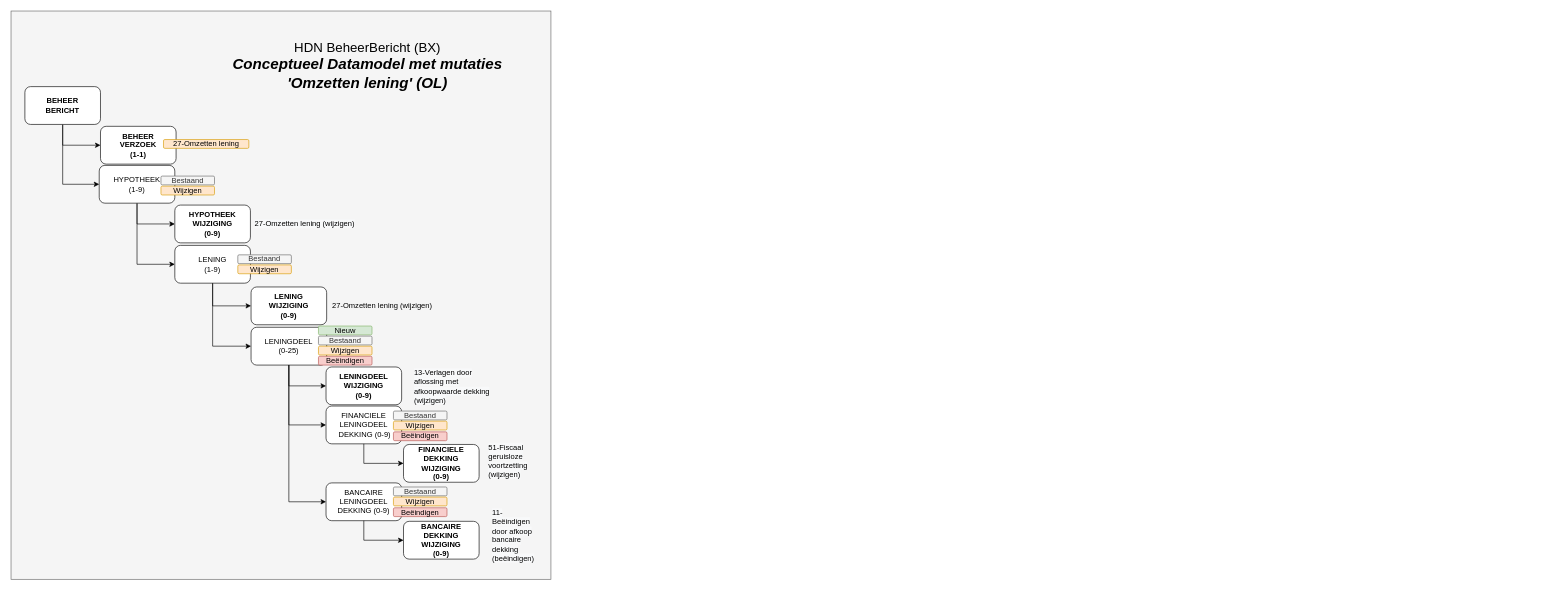
Above: page "Datamodel OL met mutaties" (2 of 8) of HDN_BX_MM_OmzettenLening.drawio in luchthandel/diagrams (draw.io), before the change. Source tidied: cells renumbered, new cells numbered last; positions are measured from the earlier drawing's top-left corner, leaving out a move shared by most shapes. Both pictures are drawn from the tidied source at 63%, with x=0, y=0 at pixel (11, 11).
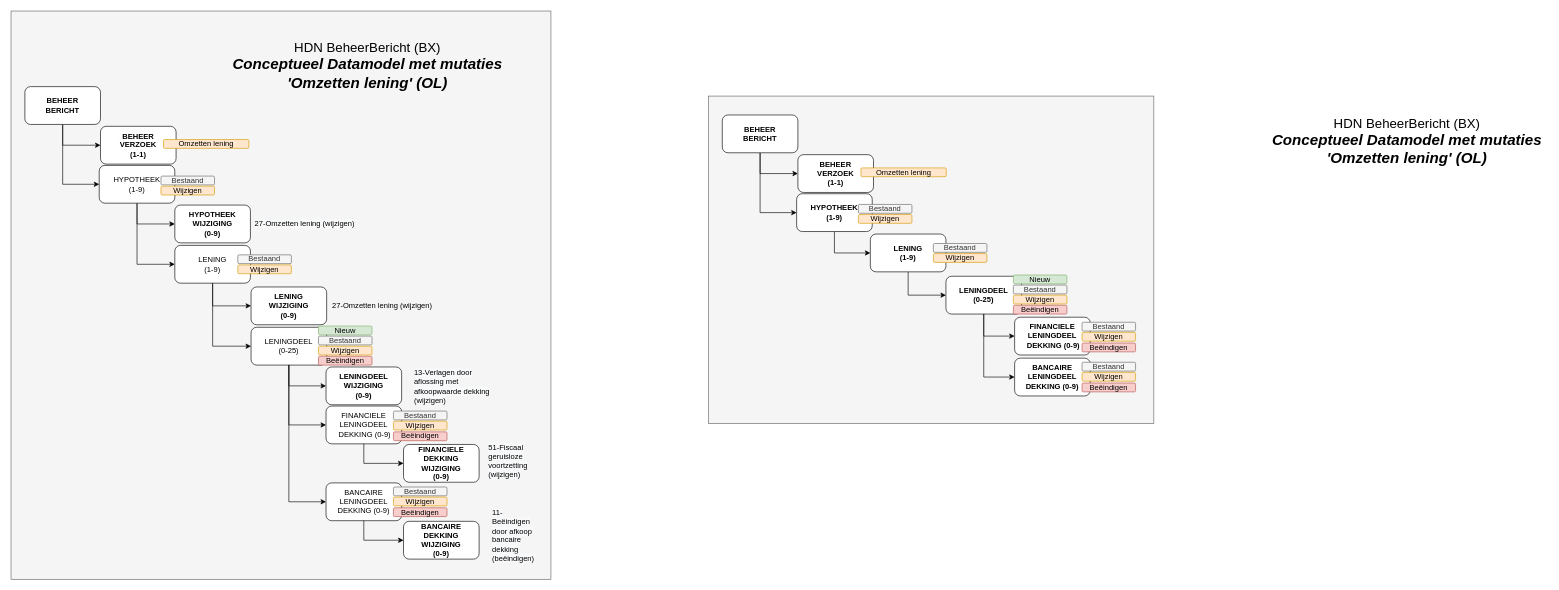
The same page after the edit.

The edit, as a diff of the source:
```diff
@@
-    <mxCell id="16" value="&lt;span style=&quot;font-weight: 400&quot;&gt;27-Omzetten lening&lt;/span&gt;" style="rounded=1;whiteSpace=wrap;html=1;fontStyle=1;fillColor=#ffe6cc;strokeColor=#d79b00;" parent="1" vertex="1">
+    <mxCell id="16" value="&lt;span style=&quot;font-weight: 400&quot;&gt;Omzetten lening&lt;/span&gt;" style="rounded=1;whiteSpace=wrap;html=1;fontStyle=1;fillColor=#ffe6cc;strokeColor=#d79b00;" parent="1" vertex="1">
       <mxGeometry x="242" y="204" width="135.5" height="14" as="geometry" />
     </mxCell>
@@
+    <mxCell id="51" style="rounded=0;whiteSpace=wrap;html=1;fillColor=#f5f5f5;strokeColor=#666666;fontColor=#333333;labelBackgroundColor=none;" parent="1" vertex="1">
+      <mxGeometry x="1107" y="135" width="707" height="520" as="geometry" />
+    </mxCell>
+    <mxCell id="52" style="edgeStyle=orthogonalEdgeStyle;rounded=0;jettySize=auto;html=1;exitX=0.5;exitY=1;exitDx=0;exitDy=0;entryX=0;entryY=0.5;entryDx=0;entryDy=0;" parent="1" edge="1" source="78" target="73">
+      <mxGeometry relative="1" as="geometry" />
+    </mxCell>
+    <mxCell id="53" style="edgeStyle=orthogonalEdgeStyle;rounded=0;jettySize=auto;html=1;exitX=0.5;exitY=1;exitDx=0;exitDy=0;entryX=0;entryY=0.5;entryDx=0;entryDy=0;" parent="1" edge="1" source="73" target="69">
+      <mxGeometry relative="1" as="geometry" />
+    </mxCell>
+    <mxCell id="54" style="edgeStyle=orthogonalEdgeStyle;rounded=0;jettySize=auto;html=1;exitX=0.5;exitY=1;exitDx=0;exitDy=0;entryX=0;entryY=0.5;entryDx=0;entryDy=0;" parent="1" edge="1" source="73" target="65">
+      <mxGeometry relative="1" as="geometry" />
+    </mxCell>
+    <mxCell id="55" style="edgeStyle=orthogonalEdgeStyle;rounded=0;jettySize=auto;html=1;exitX=0.5;exitY=1;exitDx=0;exitDy=0;entryX=0;entryY=0.5;entryDx=0;entryDy=0;" parent="1" edge="1" source="57" target="58">
+      <mxGeometry relative="1" as="geometry" />
+    </mxCell>
+    <mxCell id="56" style="edgeStyle=orthogonalEdgeStyle;rounded=0;jettySize=auto;html=1;exitX=0.5;exitY=1;exitDx=0;exitDy=0;entryX=0;entryY=0.5;entryDx=0;entryDy=0;" parent="1" edge="1" source="57" target="60">
+      <mxGeometry relative="1" as="geometry" />
+    </mxCell>
+    <mxCell id="57" value="BEHEER&lt;br&gt;BERICHT" style="rounded=1;whiteSpace=wrap;html=1;fontStyle=1;" parent="1" vertex="1">
+      <mxGeometry x="1129" y="165" width="120" height="60" as="geometry" />
+    </mxCell>
+    <mxCell id="58" value="BEHEER&lt;br&gt;VERZOEK&lt;br&gt;(1-1)" style="rounded=1;whiteSpace=wrap;html=1;fontStyle=1;" parent="1" vertex="1">
+      <mxGeometry x="1249" y="228" width="120" height="60" as="geometry" />
+    </mxCell>
+    <mxCell id="59" style="edgeStyle=orthogonalEdgeStyle;rounded=0;jettySize=auto;html=1;exitX=0.5;exitY=1;exitDx=0;exitDy=0;entryX=0;entryY=0.5;entryDx=0;entryDy=0;" parent="1" edge="1" source="60" target="78">
+      <mxGeometry relative="1" as="geometry" />
+    </mxCell>
+    <mxCell id="60" value="&lt;span style=&quot;&quot;&gt;HYPOTHEEK&lt;br&gt;(1-9)&lt;/span&gt;" style="rounded=1;whiteSpace=wrap;html=1;fontStyle=1;" parent="1" vertex="1">
+      <mxGeometry x="1247" y="290" width="120" height="60" as="geometry" />
+    </mxCell>
+    <mxCell id="61" value="&lt;font style=&quot;font-size: 21px&quot;&gt;HDN BeheerBericht (BX)&lt;br&gt;&lt;/font&gt;&lt;span style=&quot;font-size: 24px&quot;&gt;&lt;b&gt;&lt;i&gt;Conceptueel Datamodel met mutaties&lt;br&gt;'Omzetten lening' (OL)&lt;/i&gt;&lt;/b&gt;&lt;/span&gt;" style="text;html=1;strokeColor=none;fillColor=none;align=center;verticalAlign=middle;whiteSpace=wrap;rounded=0;" parent="1" vertex="1">
+      <mxGeometry x="1993" y="160" width="446" height="93" as="geometry" />
+    </mxCell>
+    <mxCell id="62" value="&lt;span style=&quot;font-weight: 400&quot;&gt;Bestaand&lt;/span&gt;" style="rounded=1;whiteSpace=wrap;html=1;fontStyle=1;fillColor=#f5f5f5;strokeColor=#666666;fontColor=#333333;" parent="1" vertex="1">
+      <mxGeometry x="1345" y="307" width="85" height="14" as="geometry" />
+    </mxCell>
+    <mxCell id="63" value="&lt;span style=&quot;font-weight: 400&quot;&gt;Wijzigen&lt;/span&gt;" style="rounded=1;whiteSpace=wrap;html=1;fontStyle=1;fillColor=#ffe6cc;strokeColor=#d79b00;" parent="1" vertex="1">
+      <mxGeometry x="1345" y="323" width="85" height="14" as="geometry" />
+    </mxCell>
+    <mxCell id="64" value="&lt;span style=&quot;font-weight: 400&quot;&gt;Omzetten lening&lt;/span&gt;" style="rounded=1;whiteSpace=wrap;html=1;fontStyle=1;fillColor=#ffe6cc;strokeColor=#d79b00;" parent="1" vertex="1">
+      <mxGeometry x="1349" y="249" width="135.5" height="14" as="geometry" />
+    </mxCell>
+    <mxCell id="65" value="&lt;span style=&quot;&quot;&gt;BANCAIRE&lt;br&gt;LENINGDEEL DEKKING (0-9)&lt;/span&gt;" style="rounded=1;whiteSpace=wrap;html=1;fontStyle=1;" parent="1" vertex="1">
+      <mxGeometry x="1593" y="551" width="120" height="60" as="geometry" />
+    </mxCell>
+    <mxCell id="66" value="&lt;span style=&quot;font-weight: 400&quot;&gt;Beëindigen&lt;/span&gt;" style="rounded=1;whiteSpace=wrap;html=1;fontStyle=1;fillColor=#f8cecc;strokeColor=#b85450;" parent="1" vertex="1">
+      <mxGeometry x="1700" y="590.5" width="85" height="14" as="geometry" />
+    </mxCell>
+    <mxCell id="67" value="&lt;span style=&quot;font-weight: 400&quot;&gt;Bestaand&lt;/span&gt;" style="rounded=1;whiteSpace=wrap;html=1;fontStyle=1;fillColor=#f5f5f5;strokeColor=#666666;fontColor=#333333;" parent="1" vertex="1">
+      <mxGeometry x="1700" y="557.5" width="85" height="14" as="geometry" />
+    </mxCell>
+    <mxCell id="68" value="&lt;span style=&quot;font-weight: 400&quot;&gt;Wijzigen&lt;/span&gt;" style="rounded=1;whiteSpace=wrap;html=1;fontStyle=1;fillColor=#ffe6cc;strokeColor=#d79b00;" parent="1" vertex="1">
+      <mxGeometry x="1700" y="573.5" width="85" height="14" as="geometry" />
+    </mxCell>
+    <mxCell id="69" value="&lt;span style=&quot;&quot;&gt;FINANCIELE&lt;br&gt;LENINGDEEL&lt;br&gt;&amp;nbsp;DEKKING (0-9)&lt;/span&gt;" style="rounded=1;whiteSpace=wrap;html=1;fontStyle=1;" parent="1" vertex="1">
+      <mxGeometry x="1593" y="486" width="120" height="60" as="geometry" />
+    </mxCell>
+    <mxCell id="70" value="&lt;span style=&quot;font-weight: 400&quot;&gt;Beëindigen&lt;/span&gt;" style="rounded=1;whiteSpace=wrap;html=1;fontStyle=1;fillColor=#f8cecc;strokeColor=#b85450;" parent="1" vertex="1">
+      <mxGeometry x="1700" y="527" width="85" height="14" as="geometry" />
+    </mxCell>
+    <mxCell id="71" value="&lt;span style=&quot;font-weight: 400&quot;&gt;Bestaand&lt;/span&gt;" style="rounded=1;whiteSpace=wrap;html=1;fontStyle=1;fillColor=#f5f5f5;strokeColor=#666666;fontColor=#333333;" parent="1" vertex="1">
+      <mxGeometry x="1700" y="494" width="85" height="14" as="geometry" />
+    </mxCell>
+    <mxCell id="72" value="&lt;span style=&quot;font-weight: 400&quot;&gt;Wijzigen&lt;/span&gt;" style="rounded=1;whiteSpace=wrap;html=1;fontStyle=1;fillColor=#ffe6cc;strokeColor=#d79b00;" parent="1" vertex="1">
+      <mxGeometry x="1700" y="510" width="85" height="14" as="geometry" />
+    </mxCell>
+    <mxCell id="73" value="&lt;span style=&quot;&quot;&gt;LENINGDEEL&lt;br&gt;(0-25)&lt;/span&gt;" style="rounded=1;whiteSpace=wrap;html=1;fontStyle=1;" parent="1" vertex="1">
+      <mxGeometry x="1484" y="421" width="120" height="60" as="geometry" />
+    </mxCell>
+    <mxCell id="74" value="&lt;span style=&quot;font-weight: 400&quot;&gt;Beëindigen&lt;/span&gt;" style="rounded=1;whiteSpace=wrap;html=1;fontStyle=1;fillColor=#f8cecc;strokeColor=#b85450;" parent="1" vertex="1">
+      <mxGeometry x="1591" y="467" width="85" height="14" as="geometry" />
+    </mxCell>
+    <mxCell id="75" value="&lt;span style=&quot;font-weight: 400&quot;&gt;Nieuw&lt;/span&gt;" style="rounded=1;whiteSpace=wrap;html=1;fontStyle=1;fillColor=#d5e8d4;strokeColor=#82b366;" parent="1" vertex="1">
+      <mxGeometry x="1591" y="419" width="85" height="14" as="geometry" />
+    </mxCell>
+    <mxCell id="76" value="&lt;span style=&quot;font-weight: 400&quot;&gt;Bestaand&lt;/span&gt;" style="rounded=1;whiteSpace=wrap;html=1;fontStyle=1;fillColor=#f5f5f5;strokeColor=#666666;fontColor=#333333;" parent="1" vertex="1">
+      <mxGeometry x="1591" y="435" width="85" height="14" as="geometry" />
+    </mxCell>
+    <mxCell id="77" value="&lt;span style=&quot;font-weight: 400&quot;&gt;Wijzigen&lt;/span&gt;" style="rounded=1;whiteSpace=wrap;html=1;fontStyle=1;fillColor=#ffe6cc;strokeColor=#d79b00;" parent="1" vertex="1">
+      <mxGeometry x="1591" y="451" width="85" height="14" as="geometry" />
+    </mxCell>
+    <mxCell id="78" value="&lt;span style=&quot;&quot;&gt;LENING&lt;br&gt;(1-9)&lt;/span&gt;" style="rounded=1;whiteSpace=wrap;html=1;fontStyle=1;" parent="1" vertex="1">
+      <mxGeometry x="1364" y="354" width="120" height="60" as="geometry" />
+    </mxCell>
+    <mxCell id="79" value="&lt;span style=&quot;font-weight: 400&quot;&gt;Bestaand&lt;/span&gt;" style="rounded=1;whiteSpace=wrap;html=1;fontStyle=1;fillColor=#f5f5f5;strokeColor=#666666;fontColor=#333333;" parent="1" vertex="1">
+      <mxGeometry x="1464" y="369" width="85" height="14" as="geometry" />
+    </mxCell>
+    <mxCell id="80" value="&lt;span style=&quot;font-weight: 400&quot;&gt;Wijzigen&lt;/span&gt;" style="rounded=1;whiteSpace=wrap;html=1;fontStyle=1;fillColor=#ffe6cc;strokeColor=#d79b00;" parent="1" vertex="1">
+      <mxGeometry x="1464" y="385" width="85" height="14" as="geometry" />
+    </mxCell>
```
